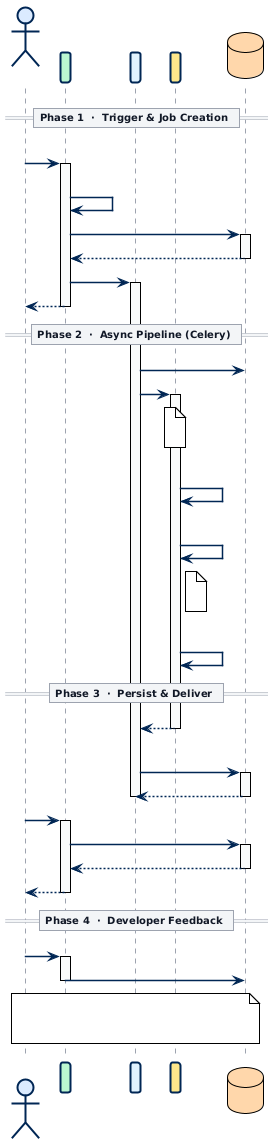
Before: ACR-QA-Book/figures/scan_flow.png, a diagram exported from PlantUML (starredjaco/ACR-QA).
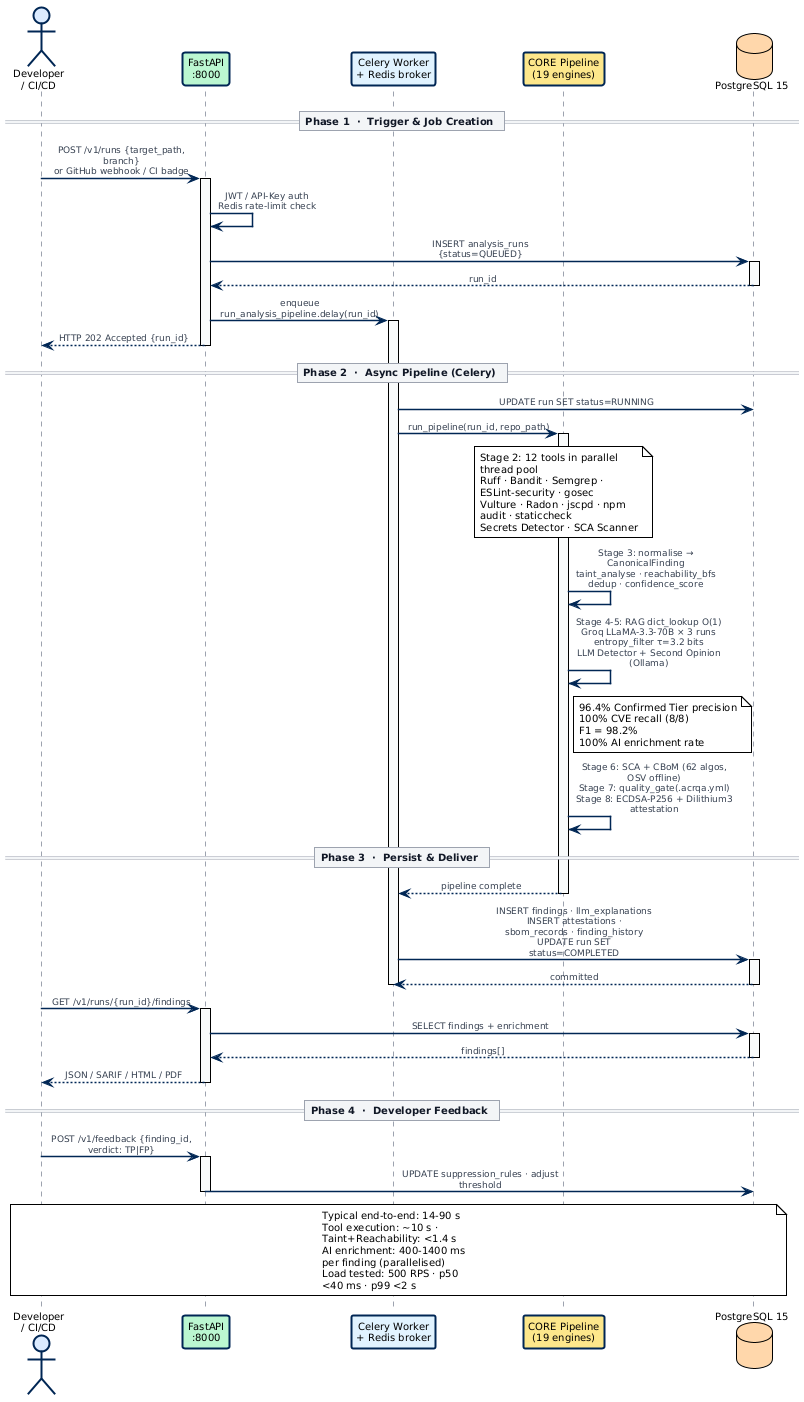
After the change.

The edit, as a diff of the source:
```diff
@@ -44,13 +44,13 @@
 actor       "Developer\n/ CI/CD"              as DEV
 participant "FastAPI\n:8000"                  as API   #BBF7D0
 participant "Celery Worker\n+ Redis broker"   as WRK   #E0F2FE
-participant "CORE Pipeline\n(14 engines)"     as CORE  #FDE68A
+participant "CORE Pipeline\n(19 engines)"     as CORE  #FDE68A
 database    "PostgreSQL 15"                   as DB    #FED7AA
 
 
 == Phase 1  ·  Trigger & Job Creation ==
 
-DEV  ->  API  : POST /v1/scan {repo_url, branch}\nor GitHub webhook / CI badge
+DEV  ->  API  : POST /v1/runs {target_path, branch}\nor GitHub webhook / CI badge
 activate API
 
 API  ->  API  : JWT / API-Key auth\nRedis rate-limit check
@@ -59,7 +59,7 @@
 DB   --> API  : run_id
 deactivate DB
 
-API  ->  WRK  : enqueue scan_repository.delay(run_id)
+API  ->  WRK  : enqueue run_analysis_pipeline.delay(run_id)
 activate WRK
 API  --> DEV  : HTTP 202 Accepted {run_id}
 deactivate API
@@ -72,22 +72,24 @@
 activate CORE
 
 note over CORE
-  Stage 2: 12+ tools in parallel thread pool
-  Ruff · Bandit · Semgrep · ESLint · gosec
-  Vulture · Radon · jscpd · npm audit ...
+  Stage 2: 12 tools in parallel thread pool
+  Ruff · Bandit · Semgrep · ESLint-security · gosec
+  Vulture · Radon · jscpd · npm audit · staticcheck
+  Secrets Detector · SCA Scanner
 end note
 
-CORE ->  CORE : Stage 3: normalise → CanonicalFinding\ntaint_analyse · reachability_bfs\ndedup (−33% noise) · confidence_score
+CORE ->  CORE : Stage 3: normalise → CanonicalFinding\ntaint_analyse · reachability_bfs\ndedup · confidence_score
 
-CORE ->  CORE : Stage 4 RAG: dict_lookup O(1)\nGroq LLaMA-3.3-70B × 3 runs\nentropy_filter τ=3.2 bits
+CORE ->  CORE : Stage 4-5: RAG dict_lookup O(1)\nGroq LLaMA-3.3-70B × 3 runs\nentropy_filter τ=3.2 bits\nLLM Detector + Second Opinion (Ollama)
 
 note right of CORE
-  97.1% overall precision
-  100% security-class precision
+  96.4% Confirmed Tier precision
+  100% CVE recall (8/8)
+  F1 = 98.2%
   100% AI enrichment rate
 end note
 
-CORE ->  CORE : Stage 5: SCA + CBoM (62 algos)\nStage 6: quality_gate(.acrqa.yml)\nStage 7: Dilithium3 attestation
+CORE ->  CORE : Stage 6: SCA + CBoM (62 algos, OSV offline)\nStage 7: quality_gate(.acrqa.yml)\nStage 8: ECDSA-P256 + Dilithium3 attestation
 
 
 == Phase 3  ·  Persist & Deliver ==
@@ -95,7 +97,7 @@
 CORE --> WRK  : pipeline complete
 deactivate CORE
 
-WRK  ->  DB   : INSERT findings · llm_explanations\nINSERT attestations · sbom_records\nUPDATE run SET status=COMPLETED
+WRK  ->  DB   : INSERT findings · llm_explanations\nINSERT attestations · sbom_records · finding_history\nUPDATE run SET status=COMPLETED
 activate DB
 DB   --> WRK  : committed
 deactivate DB
@@ -107,7 +109,7 @@
 activate DB
 DB   --> API  : findings[]
 deactivate DB
-API  --> DEV  : JSON / SARIF / Markdown
+API  --> DEV  : JSON / SARIF / HTML / PDF
 deactivate API
 
 
@@ -120,8 +122,8 @@
 
 note over DEV, DB
   Typical end-to-end: 14-90 s
-  Tool execution: ~10 s · Taint+Reachability: <1 s
-  AI enrichment: 400-1400 ms per finding
-  Load tested: 500 RPS · p99 < 2 s (non-AI endpoints)
+  Tool execution: ~10 s · Taint+Reachability: <1.4 s
+  AI enrichment: 400-1400 ms per finding (parallelised)
+  Load tested: 500 RPS · p50 <40 ms · p99 <2 s
 end note
 @enduml
```
